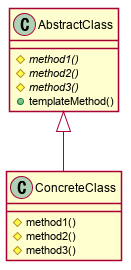
Before: uml/TemplateMethod/TemplateMethodClassDiagram.png, a diagram exported from PlantUML (TarosGitHub/DesignPatternLab). Source of this version:
```plantuml
@startuml TemplateMethodClassDiagram.png
skinparam shadowing false

class AbstractClass {
	# {abstract} method1()
	# {abstract} method2()
	# {abstract} method3()
    + templateMethod()
}

class ConcreteClass {
	# method1()
	# method2()
	# method3()
}

AbstractClass <|-d- ConcreteClass

@enduml
```
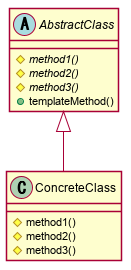
Later version of the same file.

Commit message:
Template Methodパターンabstractに修正

Diff of the diagram source:
```diff
@@ -1,7 +1,7 @@
 @startuml TemplateMethodClassDiagram.png
 skinparam shadowing false
 
-class AbstractClass {
+abstract class AbstractClass {
 	# {abstract} method1()
 	# {abstract} method2()
 	# {abstract} method3()
```
